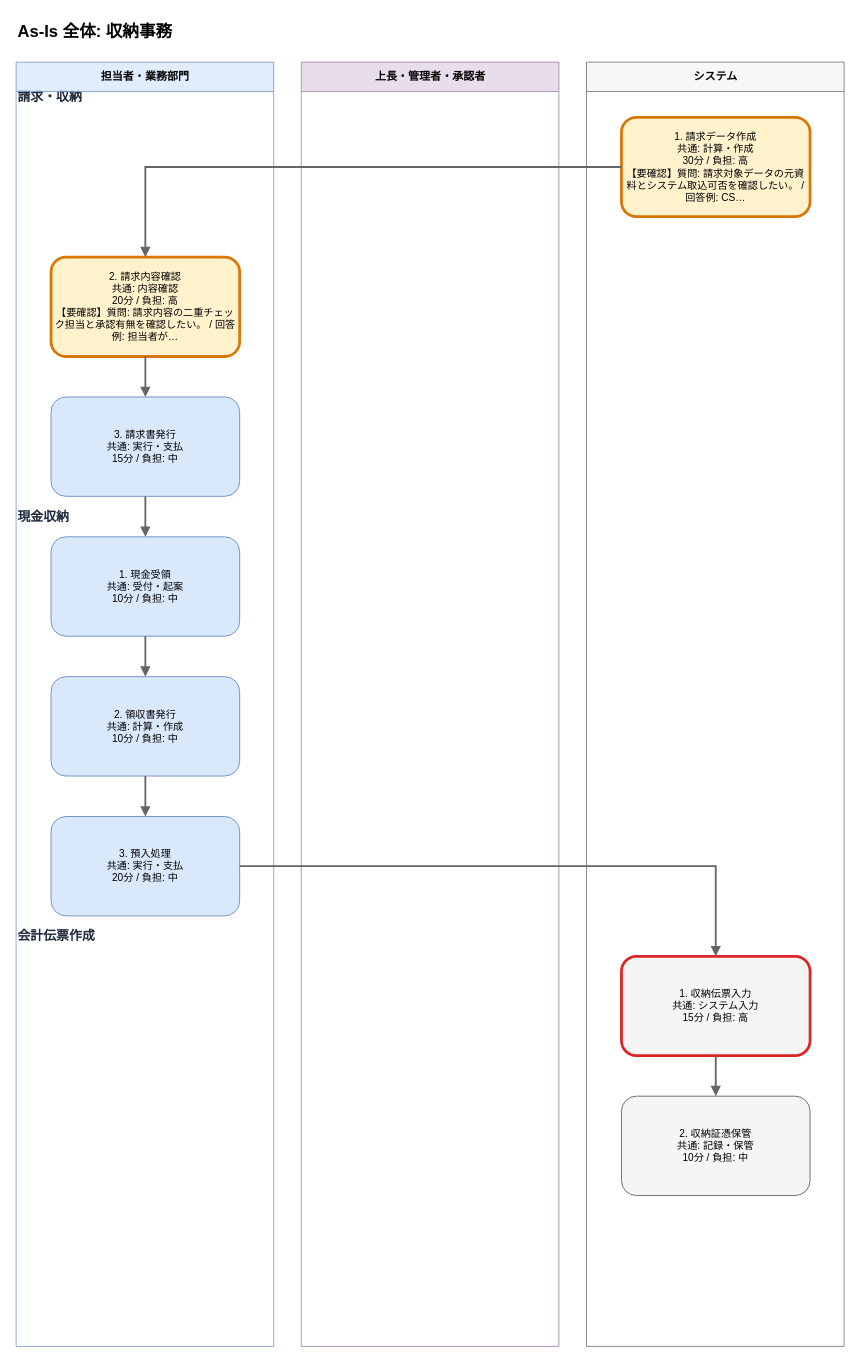
This is output/flows/asis_収納事務_20260608.drawio from Toshiki811/ai-business-analysis-heatmap, a draw.io file, before an edit. Source tidied: cells renumbered, new cells numbered last; positions are measured from the earlier drawing's top-left corner, leaving out a move shared by most shapes. Both pictures are drawn from the tidied source at 92%, with x=0, y=0 at pixel (16, 16).
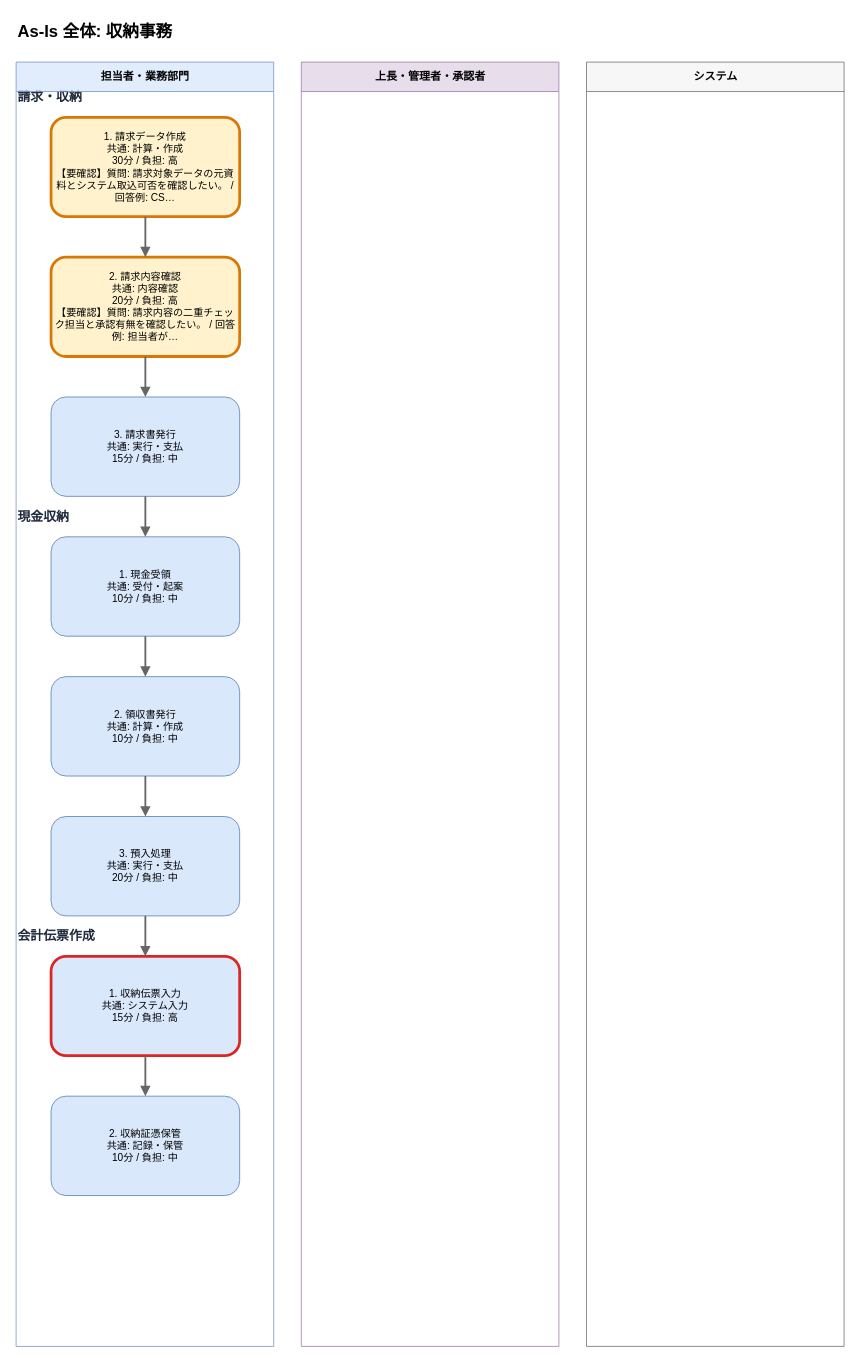
The same diagram, later.

Diff of the diagram source:
```diff
@@
     <mxCell id="9" value="1. 請求データ作成&#10;共通: 計算・作成&#10;30分 / 負担: 高&#10;【要確認】質問: 請求対象データの元資料とシステム取込可否を確認したい。 / 回答例: CS…" style="rounded=1;whiteSpace=wrap;html=1;fillColor=#fff2cc;strokeColor=#d97706;strokeWidth=3;fontSize=11;fontColor=#000000;" parent="1" vertex="1">
-      <mxGeometry x="658" y="110" width="205" height="108" as="geometry" />
+      <mxGeometry x="38" y="110" width="205" height="108" as="geometry" />
     </mxCell>
@@
-    <mxCell id="15" value="1. 収納伝票入力&#10;共通: システム入力&#10;15分 / 負担: 高" style="rounded=1;whiteSpace=wrap;html=1;fillColor=#f5f5f5;strokeColor=#dc2626;strokeWidth=3;fontSize=11;fontColor=#000000;" parent="1" vertex="1">
-      <mxGeometry x="658" y="1022" width="205" height="108" as="geometry" />
+    <mxCell id="15" value="1. 収納伝票入力&#10;共通: システム入力&#10;15分 / 負担: 高" style="rounded=1;whiteSpace=wrap;html=1;fillColor=#dae8fc;strokeColor=#dc2626;strokeWidth=3;fontSize=11;fontColor=#000000;" parent="1" vertex="1">
+      <mxGeometry x="38" y="1022" width="205" height="108" as="geometry" />
     </mxCell>
-    <mxCell id="16" value="2. 収納証憑保管&#10;共通: 記録・保管&#10;10分 / 負担: 中" style="rounded=1;whiteSpace=wrap;html=1;fillColor=#f5f5f5;strokeColor=#666666;strokeWidth=1;fontSize=11;fontColor=#000000;" parent="1" vertex="1">
-      <mxGeometry x="658" y="1174" width="205" height="108" as="geometry" />
+    <mxCell id="16" value="2. 収納証憑保管&#10;共通: 記録・保管&#10;10分 / 負担: 中" style="rounded=1;whiteSpace=wrap;html=1;fillColor=#dae8fc;strokeColor=#6c8ebf;strokeWidth=1;fontSize=11;fontColor=#000000;" parent="1" vertex="1">
+      <mxGeometry x="38" y="1174" width="205" height="108" as="geometry" />
     </mxCell>
```
